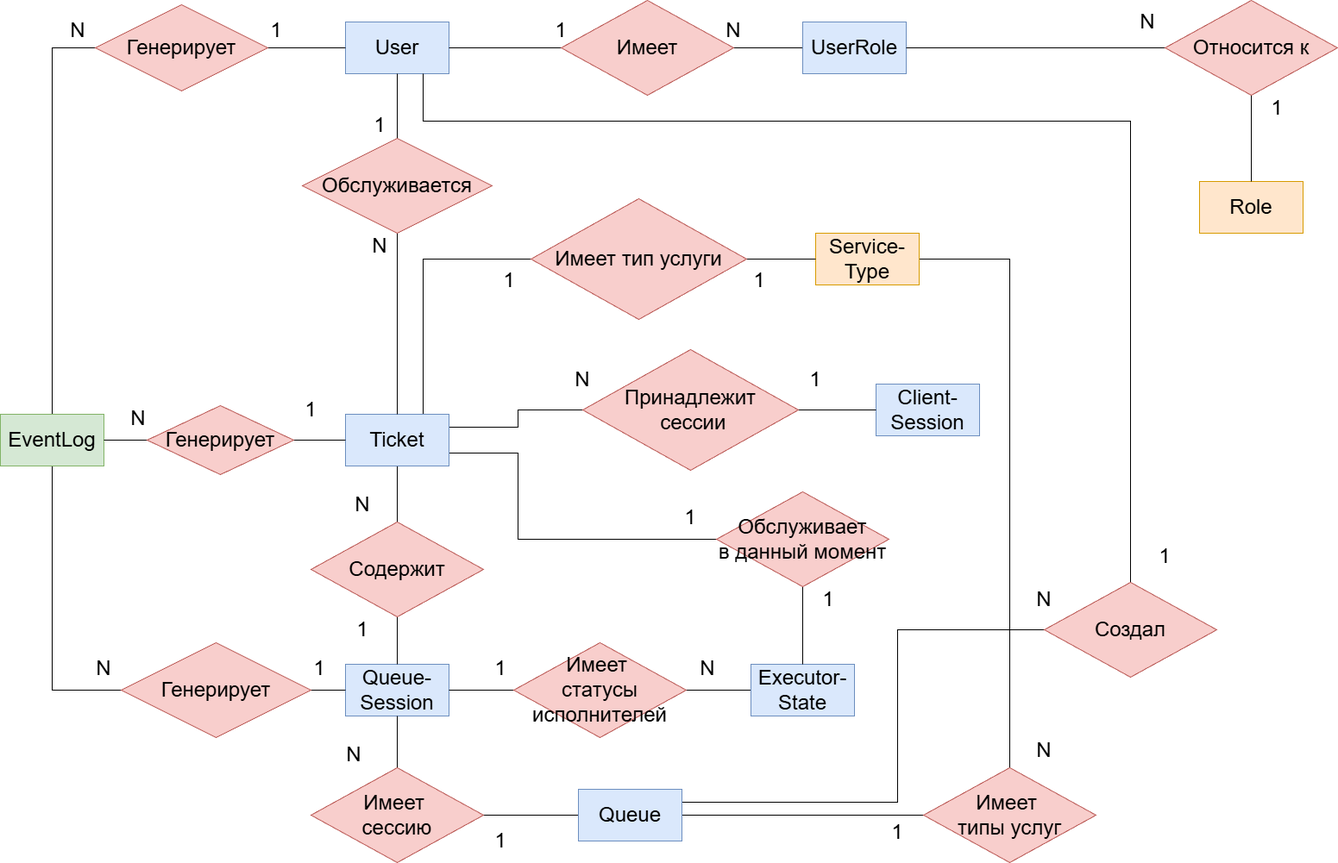
This is docs/requirements/conceptual-data-model.png from DaL1ner/virtual_queue_management_system, a draw.io export, as it was before one commit. Source tidied: cells renumbered, new cells last; positions are measured from the earlier drawing's top-left corner, leaving out a move shared by most shapes.
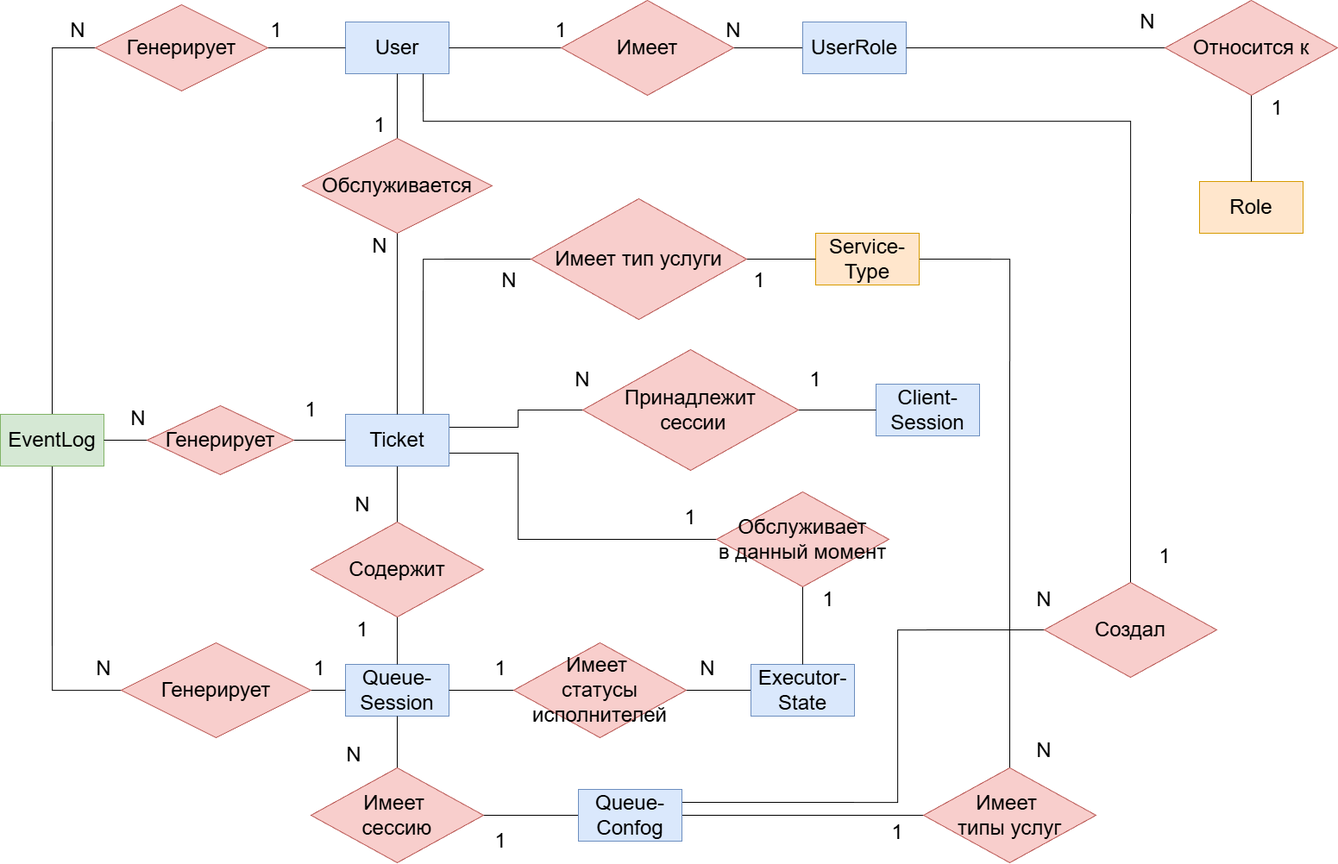
Later version of the same file.

What changed in the source:
```diff
@@ -28,7 +28,7 @@
         </Array>
       </mxGeometry>
     </mxCell>
-    <mxCell id="9" value="&lt;font style=&quot;font-size: 24px;&quot;&gt;Queue&lt;/font&gt;" style="rounded=0;whiteSpace=wrap;html=1;fillColor=#dae8fc;strokeColor=#6c8ebf;" parent="1" vertex="1">
+    <mxCell id="9" value="&lt;font style=&quot;font-size: 24px;&quot;&gt;Queue-Confog&lt;/font&gt;" style="rounded=0;whiteSpace=wrap;html=1;fillColor=#dae8fc;strokeColor=#6c8ebf;" parent="1" vertex="1">
       <mxGeometry x="670" y="915" width="120" height="60" as="geometry" />
     </mxCell>
     <mxCell id="10" value="&lt;font style=&quot;font-size: 24px;&quot;&gt;Role&lt;/font&gt;" style="rounded=0;whiteSpace=wrap;html=1;fillColor=#ffe6cc;strokeColor=#d79b00;" parent="1" vertex="1">
@@ -186,7 +186,7 @@
     <mxCell id="53" value="&lt;font style=&quot;font-size: 24px;&quot;&gt;1&lt;/font&gt;" style="text;html=1;whiteSpace=wrap;strokeColor=none;fillColor=none;align=center;verticalAlign=middle;rounded=0;fontFamily=Helvetica;fontSize=11;fontColor=default;labelBackgroundColor=default;" parent="1" vertex="1">
       <mxGeometry x="410" y="130" width="60" height="30" as="geometry" />
     </mxCell>
-    <mxCell id="54" value="&lt;font style=&quot;font-size: 24px;&quot;&gt;1&lt;/font&gt;" style="text;html=1;whiteSpace=wrap;strokeColor=none;fillColor=none;align=center;verticalAlign=middle;rounded=0;fontFamily=Helvetica;fontSize=11;fontColor=default;labelBackgroundColor=default;" parent="1" vertex="1">
+    <mxCell id="54" value="&lt;font style=&quot;font-size: 24px;&quot;&gt;N&lt;/font&gt;" style="text;html=1;whiteSpace=wrap;strokeColor=none;fillColor=none;align=center;verticalAlign=middle;rounded=0;fontFamily=Helvetica;fontSize=11;fontColor=default;labelBackgroundColor=default;" parent="1" vertex="1">
       <mxGeometry x="560" y="310" width="60" height="30" as="geometry" />
     </mxCell>
     <mxCell id="55" value="&lt;font style=&quot;font-size: 24px;&quot;&gt;1&lt;/font&gt;" style="text;html=1;whiteSpace=wrap;strokeColor=none;fillColor=none;align=center;verticalAlign=middle;rounded=0;fontFamily=Helvetica;fontSize=11;fontColor=default;labelBackgroundColor=default;" parent="1" vertex="1">
```
